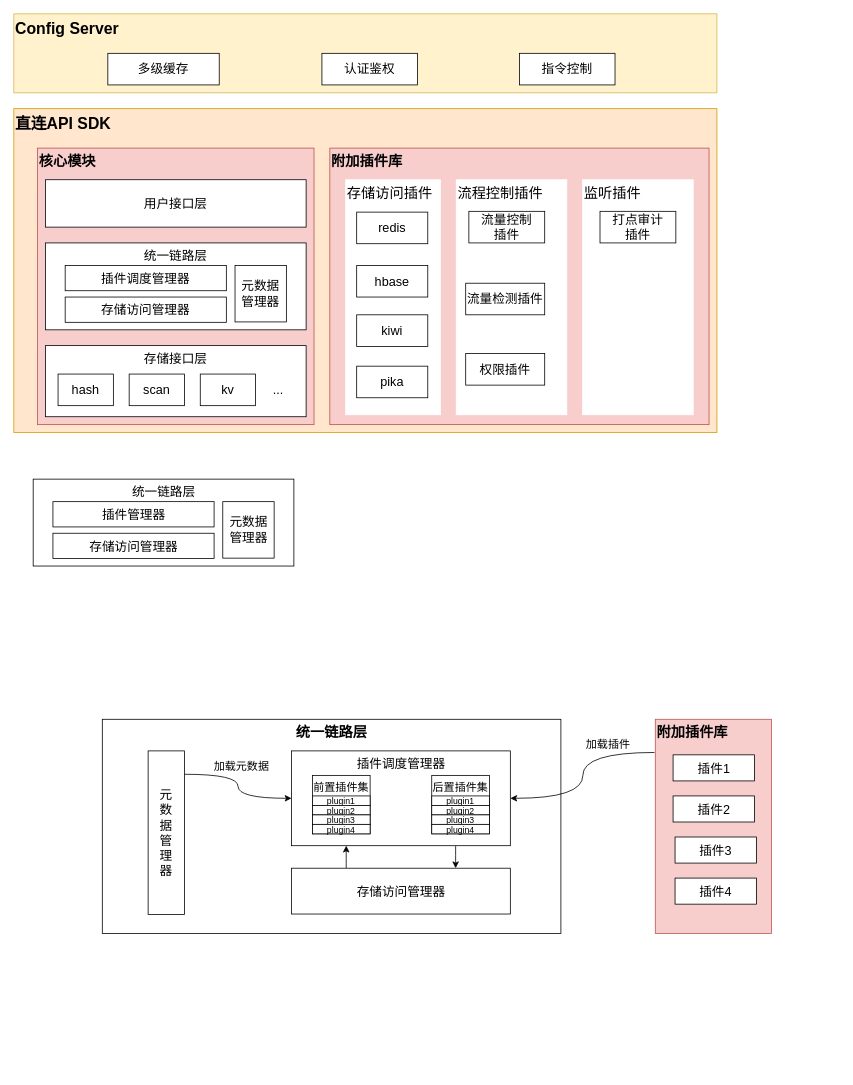
FlyThroughAir/DrawHere keeps this draw.io diagram as 多模块设计.drawio. Above is the earlier version. Source tidied: cells renumbered, new cells numbered last; positions are measured from the earlier drawing's top-left corner, leaving out a move shared by most shapes. Both pictures are drawn from the tidied source at 79%, with x=0, y=0 at pixel (13, 13).
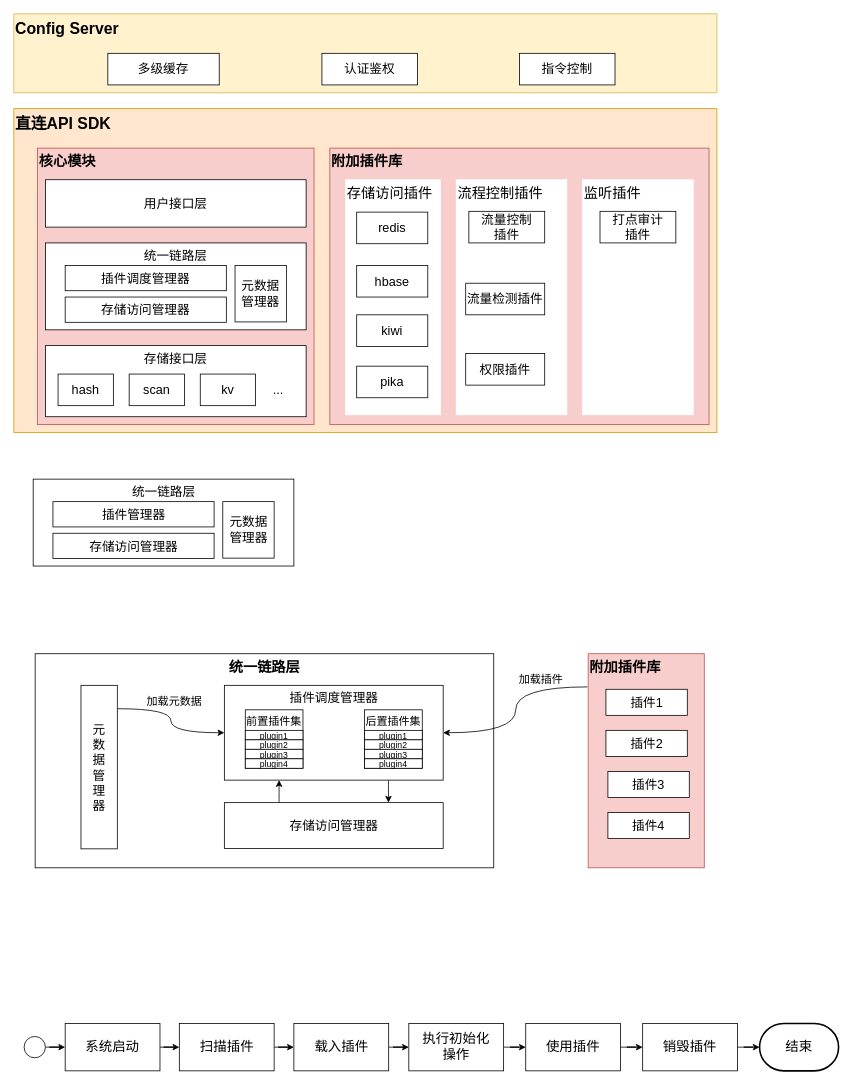
The same diagram, later.

Commit message:
Update 多模块设计.drawio

Diff of the diagram source:
```diff
@@
     <mxCell id="34" value="&lt;font style=&quot;font-size: 18px&quot;&gt;&lt;b&gt;统一链路层&lt;/b&gt;&lt;/font&gt;" style="rounded=0;whiteSpace=wrap;html=1;verticalAlign=top;fontSize=16;" parent="1" vertex="1">
-      <mxGeometry x="112" y="893" width="580.5" height="271" as="geometry" />
+      <mxGeometry x="27" y="810" width="580.5" height="271" as="geometry" />
     </mxCell>
@@
     <mxCell id="36" value="存储访问管理器" style="rounded=0;whiteSpace=wrap;html=1;fontSize=16;" parent="1" vertex="1">
-      <mxGeometry x="351.5" y="1081.5" width="277" height="58" as="geometry" />
+      <mxGeometry x="266.5" y="998.5" width="277" height="58" as="geometry" />
     </mxCell>
@@
     <mxCell id="38" value="插件调度管理器" style="rounded=0;whiteSpace=wrap;html=1;fontSize=16;verticalAlign=top;" parent="1" vertex="1">
-      <mxGeometry x="351.5" y="933" width="277" height="120" as="geometry" />
+      <mxGeometry x="266.5" y="850" width="277" height="120" as="geometry" />
     </mxCell>
@@
     <mxCell id="41" value="元&lt;br&gt;数&lt;br&gt;据&lt;br&gt;管&lt;br&gt;理&lt;br&gt;器" style="rounded=0;whiteSpace=wrap;html=1;fontSize=16;" parent="1" vertex="1">
-      <mxGeometry x="170" y="933" width="46" height="207" as="geometry" />
+      <mxGeometry x="85" y="850" width="46" height="207" as="geometry" />
     </mxCell>
@@
     <mxCell id="44" value="附加插件库" style="rounded=0;whiteSpace=wrap;html=1;verticalAlign=top;align=left;fontSize=18;fontStyle=1;fillColor=#f8cecc;strokeColor=#b85450;" parent="1" vertex="1">
-      <mxGeometry x="812" y="893" width="147" height="271" as="geometry" />
+      <mxGeometry x="727" y="810" width="147" height="271" as="geometry" />
     </mxCell>
     <mxCell id="45" value="插件1" style="rounded=0;whiteSpace=wrap;html=1;fontSize=16;" parent="1" vertex="1">
-      <mxGeometry x="834.5" y="938" width="103" height="33" as="geometry" />
+      <mxGeometry x="749.5" y="855" width="103" height="33" as="geometry" />
     </mxCell>
     <mxCell id="46" value="插件2" style="rounded=0;whiteSpace=wrap;html=1;fontSize=16;" parent="1" vertex="1">
-      <mxGeometry x="834.5" y="990" width="103" height="33" as="geometry" />
+      <mxGeometry x="749.5" y="907" width="103" height="33" as="geometry" />
     </mxCell>
     <mxCell id="47" value="插件3" style="rounded=0;whiteSpace=wrap;html=1;fontSize=16;" parent="1" vertex="1">
-      <mxGeometry x="837" y="1042" width="103" height="33" as="geometry" />
+      <mxGeometry x="752" y="959" width="103" height="33" as="geometry" />
     </mxCell>
     <mxCell id="48" value="插件4" style="rounded=0;whiteSpace=wrap;html=1;fontSize=16;" parent="1" vertex="1">
-      <mxGeometry x="837" y="1094" width="103" height="33" as="geometry" />
+      <mxGeometry x="752" y="1011" width="103" height="33" as="geometry" />
     </mxCell>
     <mxCell id="49" value="前置插件集" style="rounded=0;whiteSpace=wrap;html=1;fontSize=14;verticalAlign=top;" parent="1" vertex="1">
-      <mxGeometry x="378" y="964" width="73" height="74" as="geometry" />
+      <mxGeometry x="293" y="881" width="73" height="74" as="geometry" />
     </mxCell>
     <mxCell id="50" value="&lt;span style=&quot;font-size: 11px&quot;&gt;plugin1&lt;/span&gt;" style="rounded=0;whiteSpace=wrap;html=1;fontSize=14;" parent="1" vertex="1">
-      <mxGeometry x="378" y="990" width="73" height="12" as="geometry" />
+      <mxGeometry x="293" y="907" width="73" height="12" as="geometry" />
     </mxCell>
     <mxCell id="51" value="&lt;span style=&quot;font-size: 11px&quot;&gt;plugin2&lt;/span&gt;" style="rounded=0;whiteSpace=wrap;html=1;fontSize=14;" parent="1" vertex="1">
-      <mxGeometry x="378" y="1002" width="73" height="12" as="geometry" />
+      <mxGeometry x="293" y="919" width="73" height="12" as="geometry" />
     </mxCell>
     <mxCell id="52" value="&lt;span style=&quot;font-size: 11px&quot;&gt;plugin3&lt;/span&gt;" style="rounded=0;whiteSpace=wrap;html=1;fontSize=14;" parent="1" vertex="1">
-      <mxGeometry x="378" y="1014" width="73" height="12" as="geometry" />
+      <mxGeometry x="293" y="931" width="73" height="12" as="geometry" />
     </mxCell>
     <mxCell id="53" value="&lt;span style=&quot;font-size: 11px&quot;&gt;plugin4&lt;/span&gt;" style="rounded=0;whiteSpace=wrap;html=1;fontSize=14;" parent="1" vertex="1">
-      <mxGeometry x="378" y="1026" width="73" height="12" as="geometry" />
+      <mxGeometry x="293" y="943" width="73" height="12" as="geometry" />
     </mxCell>
     <mxCell id="54" value="后置插件集" style="rounded=0;whiteSpace=wrap;html=1;fontSize=14;verticalAlign=top;" parent="1" vertex="1">
-      <mxGeometry x="529" y="964" width="73" height="74" as="geometry" />
+      <mxGeometry x="444" y="881" width="73" height="74" as="geometry" />
     </mxCell>
     <mxCell id="55" value="&lt;font style=&quot;font-size: 11px&quot;&gt;plugin1&lt;/font&gt;" style="rounded=0;whiteSpace=wrap;html=1;fontSize=14;" parent="1" vertex="1">
-      <mxGeometry x="529" y="990" width="73" height="12" as="geometry" />
+      <mxGeometry x="444" y="907" width="73" height="12" as="geometry" />
     </mxCell>
     <mxCell id="56" value="&lt;span style=&quot;font-size: 11px&quot;&gt;plugin2&lt;/span&gt;" style="rounded=0;whiteSpace=wrap;html=1;fontSize=14;" parent="1" vertex="1">
-      <mxGeometry x="529" y="1002" width="73" height="12" as="geometry" />
+      <mxGeometry x="444" y="919" width="73" height="12" as="geometry" />
     </mxCell>
     <mxCell id="57" value="&lt;span style=&quot;font-size: 11px&quot;&gt;plugin3&lt;/span&gt;" style="rounded=0;whiteSpace=wrap;html=1;fontSize=14;" parent="1" vertex="1">
-      <mxGeometry x="529" y="1014" width="73" height="12" as="geometry" />
+      <mxGeometry x="444" y="931" width="73" height="12" as="geometry" />
     </mxCell>
     <mxCell id="58" value="&lt;span style=&quot;font-size: 11px&quot;&gt;plugin4&lt;/span&gt;" style="rounded=0;whiteSpace=wrap;html=1;fontSize=14;" parent="1" vertex="1">
-      <mxGeometry x="529" y="1026" width="73" height="12" as="geometry" />
+      <mxGeometry x="444" y="943" width="73" height="12" as="geometry" />
     </mxCell>
+    <mxCell id="59" style="edgeStyle=orthogonalEdgeStyle;rounded=0;jettySize=auto;html=1;entryX=0;entryY=0.5;entryDx=0;entryDy=0;fontSize=17;" parent="1" edge="1" source="60" target="62">
+      <mxGeometry relative="1" as="geometry" />
+    </mxCell>
+    <mxCell id="60" style="ellipse;whiteSpace=wrap;html=1;fontSize=17;" parent="1" vertex="1">
+      <mxGeometry x="13" y="1294.5" width="27" height="27" as="geometry" />
+    </mxCell>
+    <mxCell id="61" style="edgeStyle=orthogonalEdgeStyle;rounded=0;jettySize=auto;html=1;fontSize=17;" parent="1" edge="1" source="62" target="64">
+      <mxGeometry relative="1" as="geometry" />
+    </mxCell>
+    <mxCell id="62" value="系统启动" style="rounded=0;whiteSpace=wrap;html=1;fontSize=17;" parent="1" vertex="1">
+      <mxGeometry x="65" y="1278" width="120" height="60" as="geometry" />
+    </mxCell>
+    <mxCell id="63" style="edgeStyle=orthogonalEdgeStyle;rounded=0;jettySize=auto;html=1;fontSize=17;" parent="1" edge="1" source="64" target="66">
+      <mxGeometry relative="1" as="geometry" />
+    </mxCell>
+    <mxCell id="64" value="扫描插件" style="rounded=0;whiteSpace=wrap;html=1;fontSize=17;" parent="1" vertex="1">
+      <mxGeometry x="209.5" y="1278" width="120" height="60" as="geometry" />
+    </mxCell>
+    <mxCell id="65" style="edgeStyle=orthogonalEdgeStyle;rounded=0;jettySize=auto;html=1;fontSize=17;" parent="1" edge="1" source="66" target="68">
+      <mxGeometry relative="1" as="geometry" />
+    </mxCell>
+    <mxCell id="66" value="载入插件" style="rounded=0;whiteSpace=wrap;html=1;fontSize=17;" parent="1" vertex="1">
+      <mxGeometry x="354.5" y="1278" width="120" height="60" as="geometry" />
+    </mxCell>
+    <mxCell id="67" style="edgeStyle=orthogonalEdgeStyle;rounded=0;jettySize=auto;html=1;fontSize=17;" parent="1" edge="1" source="68" target="70">
+      <mxGeometry relative="1" as="geometry" />
+    </mxCell>
+    <mxCell id="68" value="执行初始化&lt;br&gt;操作" style="rounded=0;whiteSpace=wrap;html=1;fontSize=17;" parent="1" vertex="1">
+      <mxGeometry x="500" y="1278" width="120" height="60" as="geometry" />
+    </mxCell>
+    <mxCell id="69" style="edgeStyle=orthogonalEdgeStyle;rounded=0;jettySize=auto;html=1;fontSize=17;" parent="1" edge="1" source="70" target="72">
+      <mxGeometry relative="1" as="geometry" />
+    </mxCell>
+    <mxCell id="70" value="使用插件" style="rounded=0;whiteSpace=wrap;html=1;fontSize=17;" parent="1" vertex="1">
+      <mxGeometry x="648" y="1278" width="120" height="60" as="geometry" />
+    </mxCell>
+    <mxCell id="71" style="edgeStyle=orthogonalEdgeStyle;rounded=0;jettySize=auto;html=1;entryX=0;entryY=0.5;entryDx=0;entryDy=0;entryPerimeter=0;fontSize=17;" parent="1" edge="1" source="72" target="73">
+      <mxGeometry relative="1" as="geometry" />
+    </mxCell>
+    <mxCell id="72" value="销毁插件" style="rounded=0;whiteSpace=wrap;html=1;fontSize=17;" parent="1" vertex="1">
+      <mxGeometry x="796" y="1278" width="120" height="60" as="geometry" />
+    </mxCell>
+    <mxCell id="73" value="结束" style="strokeWidth=2;html=1;shape=mxgraph.flowchart.terminator;whiteSpace=wrap;fontSize=17;" parent="1" vertex="1">
+      <mxGeometry x="944" y="1278" width="100" height="60" as="geometry" />
+    </mxCell>
```
